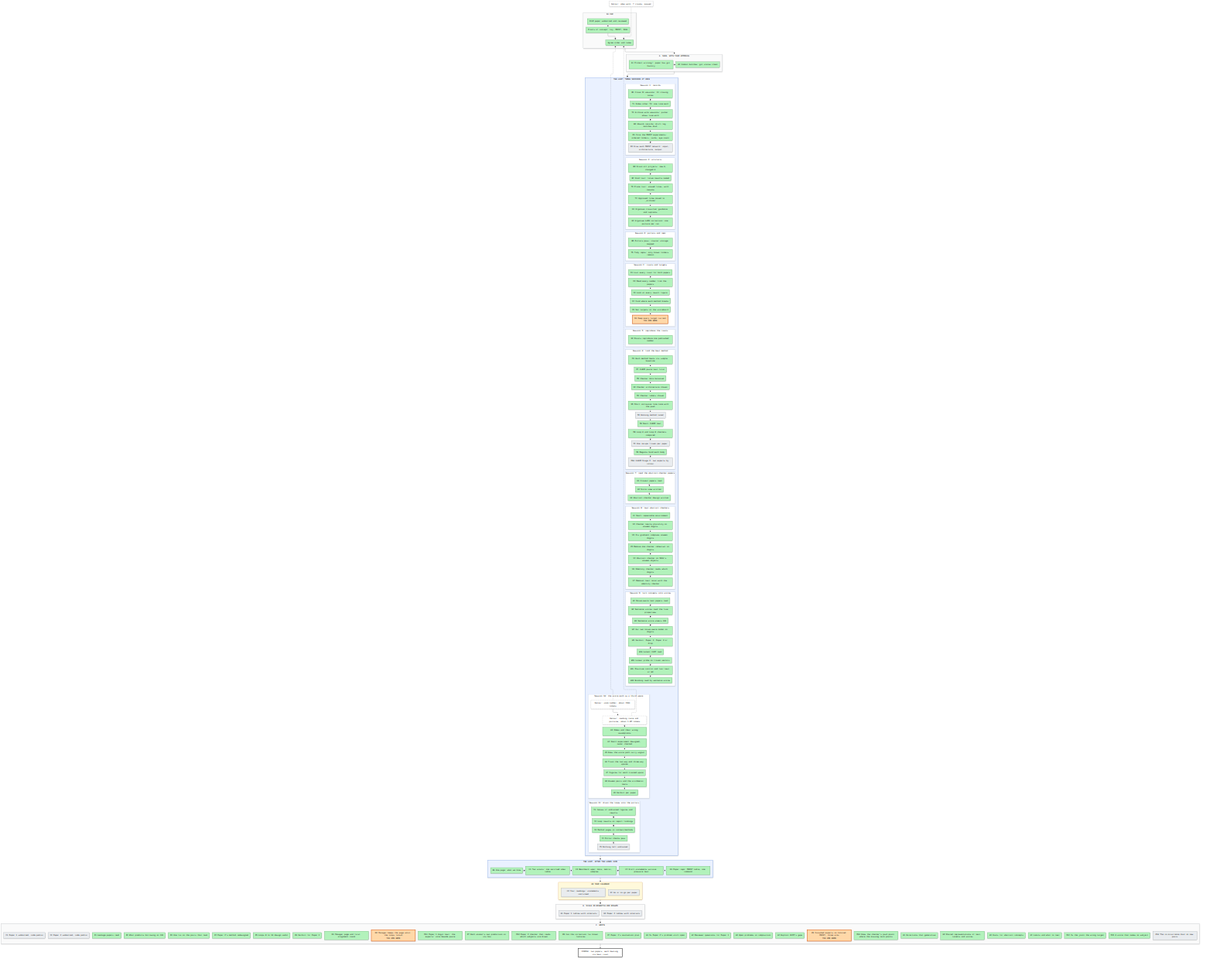
This is artifacts/notes/progress/map.png from mo-rsa24/concept-composition, a Mermaid export, as it was before one commit. Its source is kept beside it as artifacts/notes/progress/map.mmd.
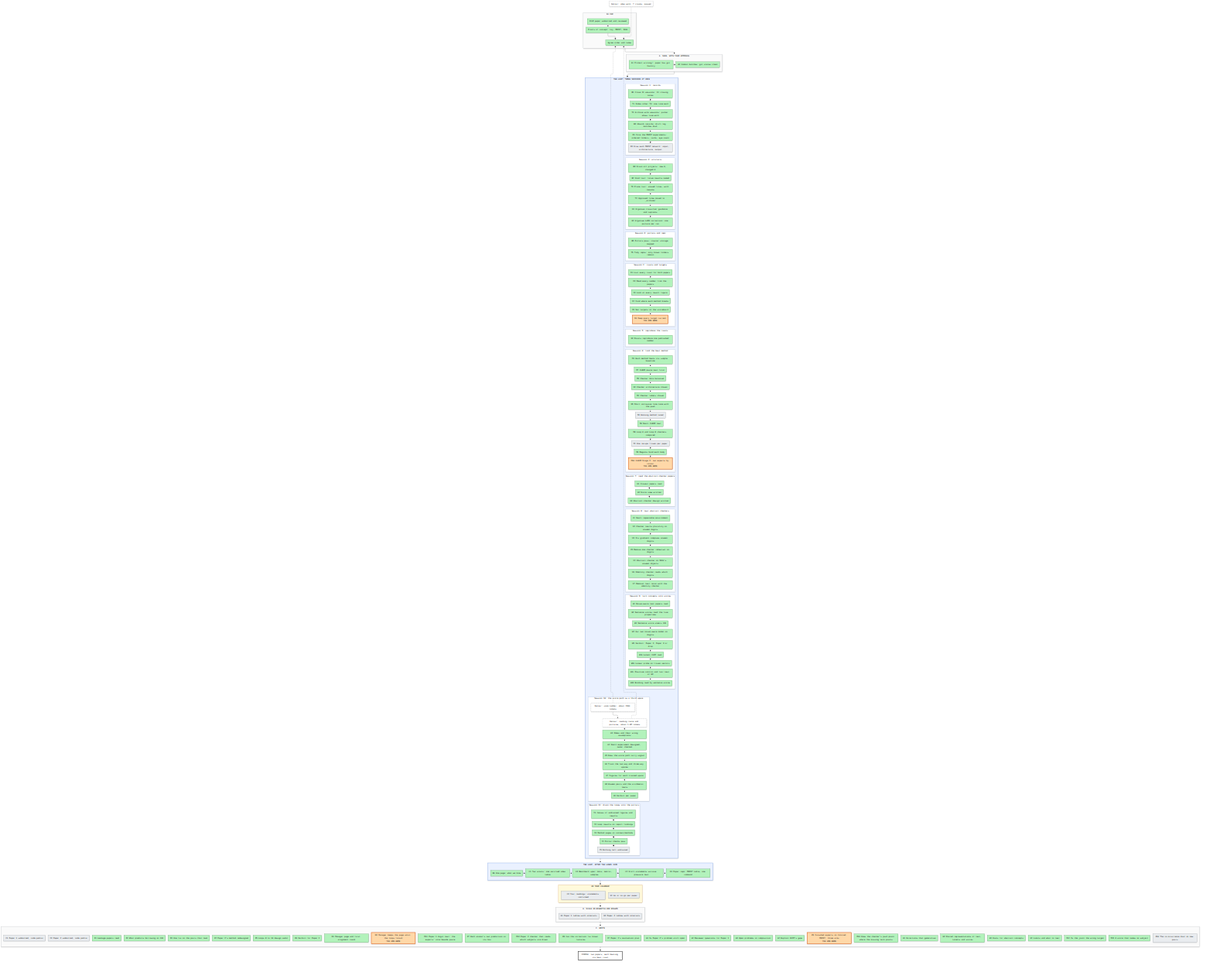
Above is the later version.

Commit message:
M10 doing; map redrawn

The edit, as a diff of the source:
```diff
@@ -37,7 +37,7 @@
     end
     subgraph L6["Session 6: find the best method"]
       direction TB
-      M1["M1 Each method beats its simple baseline"]:::done --> M7["M7 CLEVR paste test first"]:::done --> M5["M5 Checker data balanced"]:::done --> D3["D3 Checker architecture chosen"]:::done --> M2["M2 Checker labels chosen"]:::done --> D5["D5 Short inclusive fine-tune with the push"]:::done --> M3["M3 Winning method tuned"]:::todo --> M6["M6 Small CLEVR test"]:::done --> M8["M8 Loop 6 and Loop 8 checkers compared"]:::done --> M4["M4 One recipe frozen per paper"]:::todo --> M9["M9 Regions bind each body"]:::done --> M10["M10 CLEVR Stage 2: two experts by colour"]:::todo
+      M1["M1 Each method beats its simple baseline"]:::done --> M7["M7 CLEVR paste test first"]:::done --> M5["M5 Checker data balanced"]:::done --> D3["D3 Checker architecture chosen"]:::done --> M2["M2 Checker labels chosen"]:::done --> D5["D5 Short inclusive fine-tune with the push"]:::done --> M3["M3 Winning method tuned"]:::todo --> M6["M6 Small CLEVR test"]:::done --> M8["M8 Loop 6 and Loop 8 checkers compared"]:::done --> M4["M4 One recipe frozen per paper"]:::todo --> M9["M9 Regions bind each body"]:::done --> M10["M10 CLEVR Stage 2: two experts by colour<br/>YOU ARE HERE"]:::doing
     end
     subgraph L7["Session 7: read the abstract-checker papers"]
       direction TB
```
